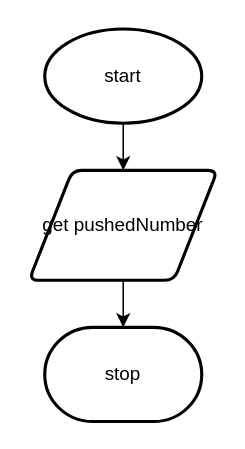
Peter-Gemmell/ics4u-Unit2-02-typescript keeps this draw.io diagram as drawio/pop.drawio. Above is the earlier version. Source tidied: cells renumbered, new cells numbered last; positions are measured from the earlier drawing's top-left corner, leaving out a move shared by most shapes. Both pictures are drawn from the tidied source at 157%, with x=0, y=0 at pixel (28, 28).
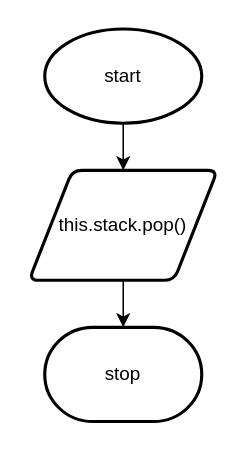
Above is the later version.

What changed in the source:
```diff
@@
 <mxGraphModel>
   <root>
     <mxCell id="0" />
     <mxCell id="1" parent="0" />
     <mxCell id="2" style="edgeStyle=none;html=1;exitX=0.5;exitY=1;exitDx=0;exitDy=0;exitPerimeter=0;entryX=0.5;entryY=0;entryDx=0;entryDy=0;" parent="1" edge="1" source="3" target="5">
       <mxGeometry relative="1" as="geometry" />
     </mxCell>
     <mxCell id="3" value="start" style="strokeWidth=2;html=1;shape=mxgraph.flowchart.start_1;whiteSpace=wrap;" parent="1" vertex="1">
       <mxGeometry x="10" width="100" height="60" as="geometry" />
     </mxCell>
     <mxCell id="4" style="edgeStyle=none;html=1;exitX=0.5;exitY=1;exitDx=0;exitDy=0;entryX=0.5;entryY=0;entryDx=0;entryDy=0;entryPerimeter=0;" parent="1" edge="1" source="5" target="6">
       <mxGeometry relative="1" as="geometry" />
     </mxCell>
-    <mxCell id="5" value="get pushedNumber" style="shape=parallelogram;html=1;strokeWidth=2;perimeter=parallelogramPerimeter;whiteSpace=wrap;rounded=1;arcSize=12;size=0.23;" parent="1" vertex="1">
+    <mxCell id="5" value="this.stack.pop()" style="shape=parallelogram;html=1;strokeWidth=2;perimeter=parallelogramPerimeter;whiteSpace=wrap;rounded=1;arcSize=12;size=0.23;" parent="1" vertex="1">
       <mxGeometry y="90" width="120" height="70" as="geometry" />
     </mxCell>
     <mxCell id="6" value="stop" style="strokeWidth=2;html=1;shape=mxgraph.flowchart.terminator;whiteSpace=wrap;" parent="1" vertex="1">
       <mxGeometry x="10" y="190" width="100" height="60" as="geometry" />
     </mxCell>
   </root>
 </mxGraphModel>
```
